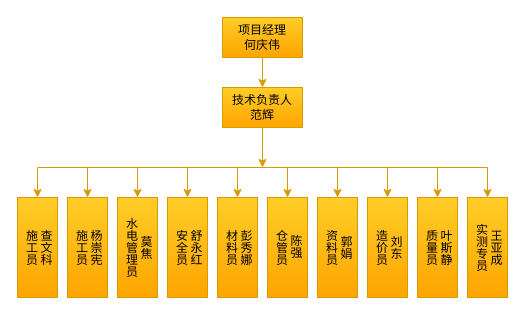
Earlier version of the draw.io diagram 未命名绘图.drawio (keygred/masters). Source tidied: cells renumbered, new cells numbered last; positions are measured from the earlier drawing's top-left corner, leaving out a move shared by most shapes. Both pictures are drawn from the tidied source at 100%, with x=0, y=0 at pixel (17, 17).
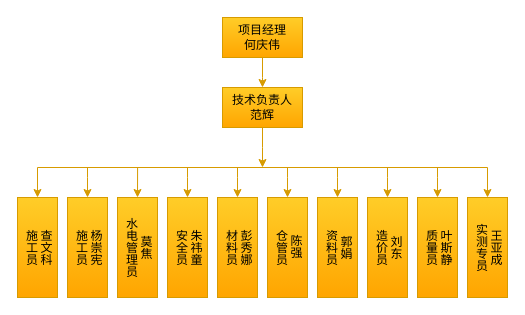
The same diagram, later.

Commit message:
更新未命名绘图.drawio

Change to the diagram source:
```diff
@@
-    <mxCell id="15" value="安全员&lt;div&gt;舒永红&lt;/div&gt;" style="rounded=0;whiteSpace=wrap;html=1;textDirection=vertical-lr;fillColor=#ffcd28;strokeColor=#d79b00;gradientColor=#ffa500;" parent="1" vertex="1">
+    <mxCell id="15" value="安全员&lt;div&gt;朱祎童&lt;/div&gt;" style="rounded=0;whiteSpace=wrap;html=1;textDirection=vertical-lr;fillColor=#ffcd28;strokeColor=#d79b00;gradientColor=#ffa500;" parent="1" vertex="1">
       <mxGeometry x="150" y="180" width="40" height="100" as="geometry" />
     </mxCell>
```
